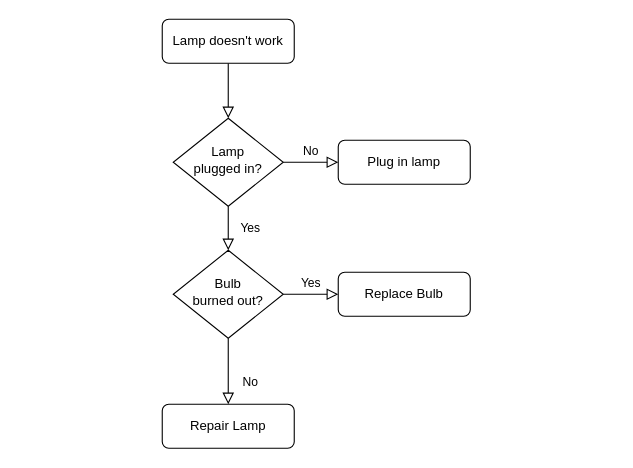
wieberinsma/bdb-drawio keeps this draw.io diagram as Untitled Diagram.drawio. Above is the earlier version. Source tidied: cells renumbered, new cells numbered last; positions are measured from the earlier drawing's top-left corner, leaving out a move shared by most shapes. Both pictures are drawn from the tidied source at 110%, with x=0, y=0 at pixel (162, 19).
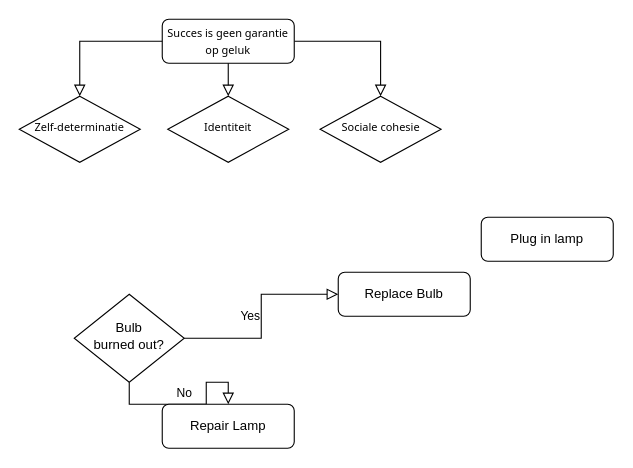
The same diagram, later.

What changed in the source:
```diff
@@
 <mxGraphModel>
   <root>
     <mxCell id="0" />
     <mxCell id="1" parent="0" />
     <mxCell id="2" style="rounded=0;html=1;jettySize=auto;fontSize=11;endArrow=block;endFill=0;endSize=8;strokeWidth=1;shadow=0;labelBackgroundColor=none;edgeStyle=orthogonalEdgeStyle;" parent="1" edge="1" source="3" target="6">
       <mxGeometry relative="1" as="geometry" />
     </mxCell>
-    <mxCell id="3" value="Lamp doesn't work" style="rounded=1;whiteSpace=wrap;html=1;fontSize=12;glass=0;strokeWidth=1;shadow=0;" parent="1" vertex="1">
+    <mxCell id="3" value="&lt;font style=&quot;font-size: 10px;&quot; face=&quot;Tahoma&quot;&gt;Succes is geen garantie op geluk&lt;/font&gt;" style="rounded=1;whiteSpace=wrap;html=1;fontSize=12;glass=0;strokeWidth=1;shadow=0;" parent="1" vertex="1">
       <mxGeometry width="120" height="40" as="geometry" />
     </mxCell>
-    <mxCell id="4" value="Yes" style="rounded=0;html=1;jettySize=auto;fontSize=11;endArrow=block;endFill=0;endSize=8;strokeWidth=1;shadow=0;labelBackgroundColor=none;edgeStyle=orthogonalEdgeStyle;" parent="1" edge="1" source="6" target="10">
-      <mxGeometry y="20" relative="1" as="geometry" />
-    </mxCell>
-    <mxCell id="5" value="No" style="edgeStyle=orthogonalEdgeStyle;rounded=0;html=1;jettySize=auto;fontSize=11;endArrow=block;endFill=0;endSize=8;strokeWidth=1;shadow=0;labelBackgroundColor=none;" parent="1" edge="1" source="6" target="7">
-      <mxGeometry y="10" relative="1" as="geometry" />
-    </mxCell>
-    <mxCell id="6" value="Lamp&lt;br&gt;plugged in?" style="rhombus;whiteSpace=wrap;html=1;shadow=0;fontFamily=Helvetica;fontSize=12;align=center;strokeWidth=1;spacing=6;spacingTop=-4;" parent="1" vertex="1">
-      <mxGeometry x="10" y="90" width="100" height="80" as="geometry" />
+    <mxCell id="6" value="&lt;font style=&quot;font-size: 10px;&quot; face=&quot;Tahoma&quot;&gt;Sociale cohesie&lt;/font&gt;" style="rhombus;whiteSpace=wrap;html=1;shadow=0;fontFamily=Helvetica;fontSize=12;align=center;strokeWidth=1;spacing=6;spacingTop=-4;" parent="1" vertex="1">
+      <mxGeometry x="143.5" y="70" width="110" height="60" as="geometry" />
     </mxCell>
     <mxCell id="7" value="Plug in lamp" style="rounded=1;whiteSpace=wrap;html=1;fontSize=12;glass=0;strokeWidth=1;shadow=0;" parent="1" vertex="1">
-      <mxGeometry x="160" y="110" width="120" height="40" as="geometry" />
+      <mxGeometry x="290" y="180" width="120" height="40" as="geometry" />
     </mxCell>
     <mxCell id="8" value="No" style="rounded=0;html=1;jettySize=auto;fontSize=11;endArrow=block;endFill=0;endSize=8;strokeWidth=1;shadow=0;labelBackgroundColor=none;edgeStyle=orthogonalEdgeStyle;" parent="1" edge="1" source="10" target="11">
       <mxGeometry x="0.33" y="20" relative="1" as="geometry" />
     </mxCell>
     <mxCell id="9" value="Yes" style="edgeStyle=orthogonalEdgeStyle;rounded=0;html=1;jettySize=auto;fontSize=11;endArrow=block;endFill=0;endSize=8;strokeWidth=1;shadow=0;labelBackgroundColor=none;" parent="1" edge="1" source="10" target="12">
       <mxGeometry y="10" relative="1" as="geometry" />
     </mxCell>
     <mxCell id="10" value="Bulb&lt;br&gt;burned out?" style="rhombus;whiteSpace=wrap;html=1;shadow=0;fontFamily=Helvetica;fontSize=12;align=center;strokeWidth=1;spacing=6;spacingTop=-4;" parent="1" vertex="1">
-      <mxGeometry x="10" y="210" width="100" height="80" as="geometry" />
+      <mxGeometry x="-80" y="250" width="100" height="80" as="geometry" />
     </mxCell>
     <mxCell id="11" value="Repair Lamp" style="rounded=1;whiteSpace=wrap;html=1;fontSize=12;glass=0;strokeWidth=1;shadow=0;" parent="1" vertex="1">
       <mxGeometry y="350" width="120" height="40" as="geometry" />
     </mxCell>
     <mxCell id="12" value="Replace Bulb" style="rounded=1;whiteSpace=wrap;html=1;fontSize=12;glass=0;strokeWidth=1;shadow=0;" parent="1" vertex="1">
       <mxGeometry x="160" y="230" width="120" height="40" as="geometry" />
     </mxCell>
+    <mxCell id="13" value="&lt;font style=&quot;font-size: 10px;&quot; face=&quot;Tahoma&quot;&gt;Identiteit&lt;/font&gt;" style="rhombus;whiteSpace=wrap;html=1;shadow=0;fontFamily=Helvetica;fontSize=12;align=center;strokeWidth=1;spacing=6;spacingTop=-4;" parent="1" vertex="1">
+      <mxGeometry x="5" y="70" width="110" height="60" as="geometry" />
+    </mxCell>
+    <mxCell id="14" value="&lt;font style=&quot;font-size: 10px;&quot; face=&quot;Tahoma&quot;&gt;Zelf-determinatie&lt;/font&gt;" style="rhombus;whiteSpace=wrap;html=1;shadow=0;fontFamily=Helvetica;fontSize=12;align=center;strokeWidth=1;spacing=6;spacingTop=-4;" parent="1" vertex="1">
+      <mxGeometry x="-130" y="70" width="110" height="60" as="geometry" />
+    </mxCell>
+    <mxCell id="15" style="rounded=0;html=1;jettySize=auto;fontSize=11;endArrow=block;endFill=0;endSize=8;strokeWidth=1;shadow=0;labelBackgroundColor=none;edgeStyle=orthogonalEdgeStyle;exitX=0.5;exitY=1;exitDx=0;exitDy=0;" parent="1" edge="1" source="3" target="13">
+      <mxGeometry relative="1" as="geometry" />
+    </mxCell>
+    <mxCell id="16" style="rounded=0;html=1;jettySize=auto;fontSize=11;endArrow=block;endFill=0;endSize=8;strokeWidth=1;shadow=0;labelBackgroundColor=none;edgeStyle=orthogonalEdgeStyle;exitX=0;exitY=0.5;exitDx=0;exitDy=0;" parent="1" edge="1" source="3" target="14">
+      <mxGeometry relative="1" as="geometry" />
+    </mxCell>
   </root>
 </mxGraphModel>
```
